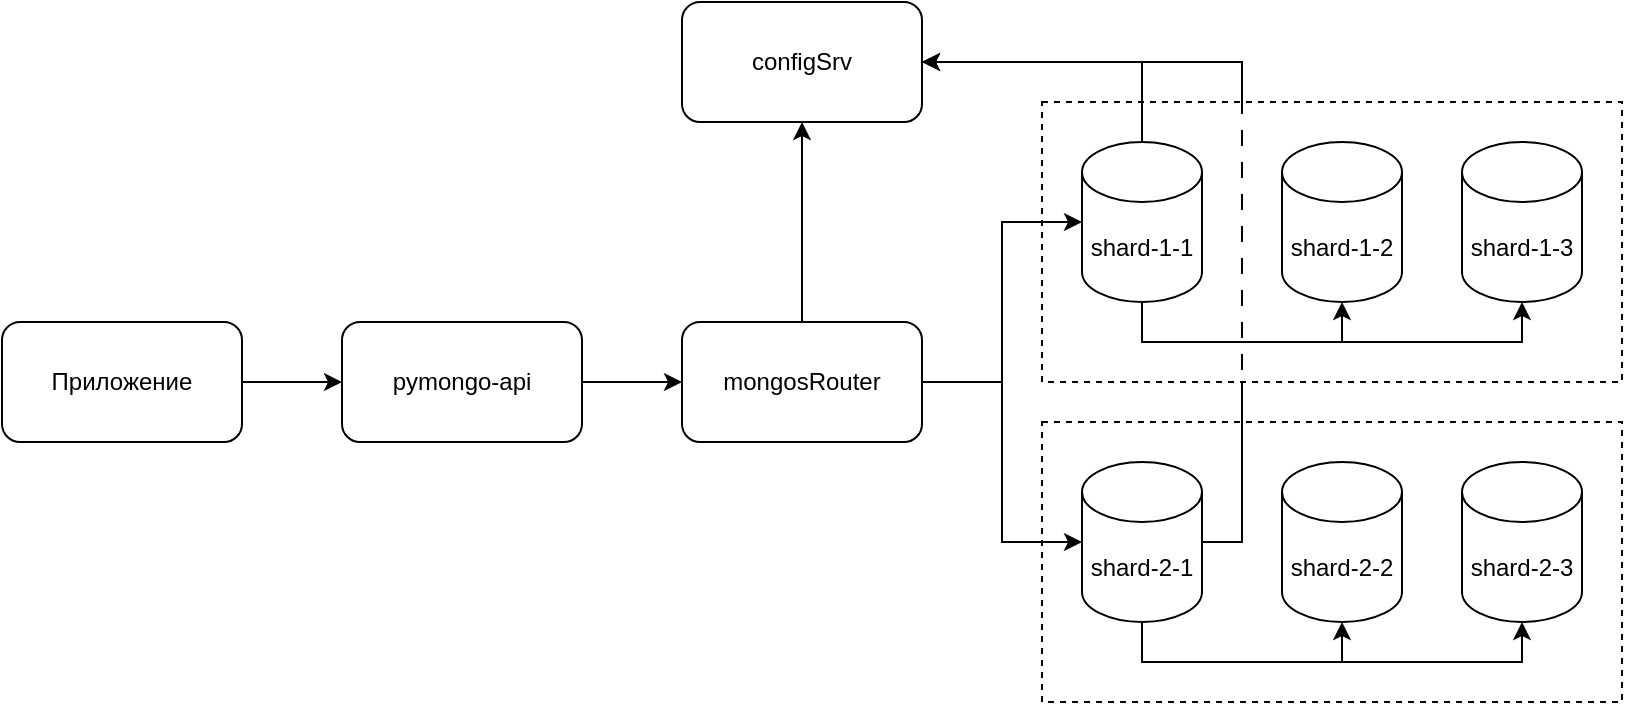
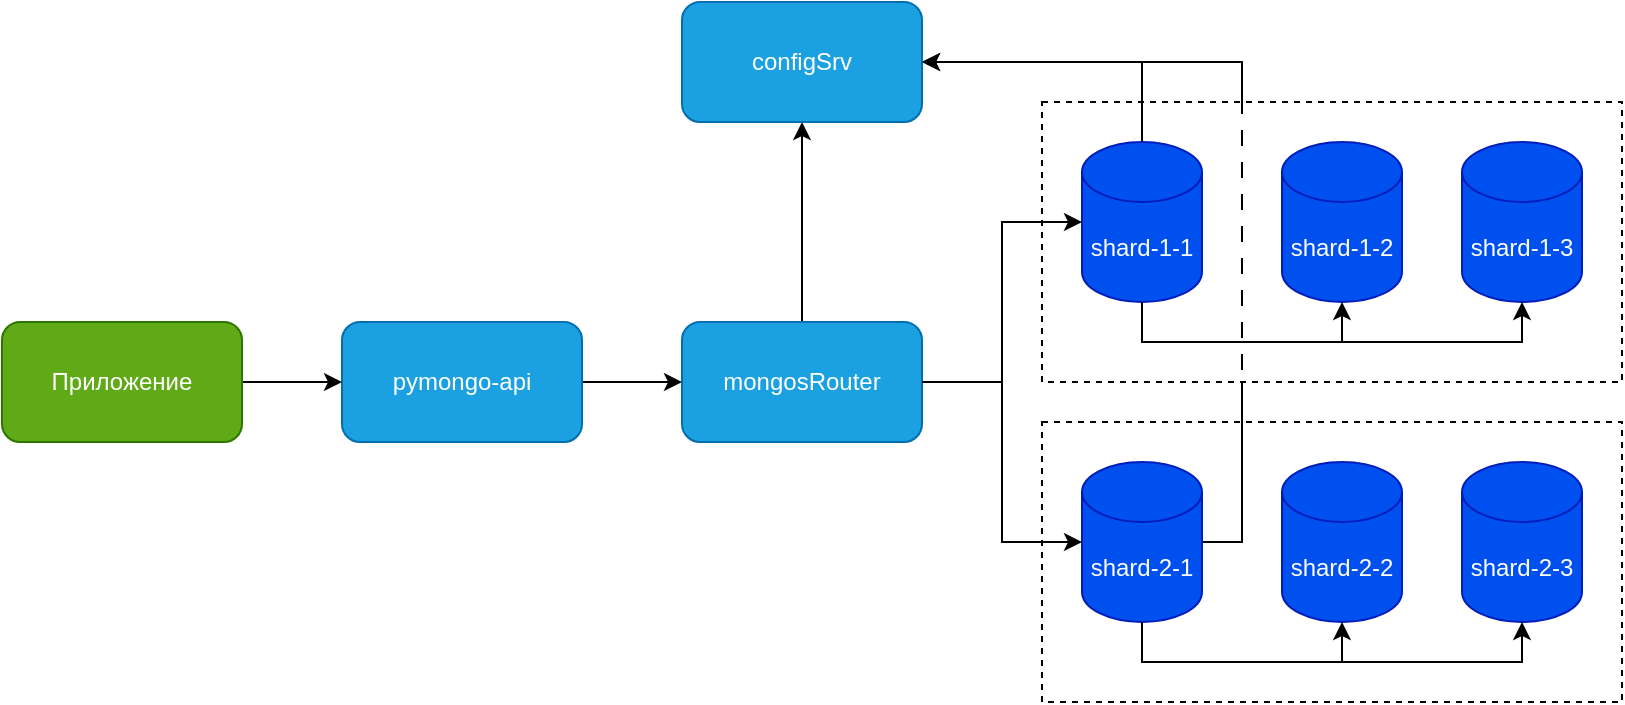
<mxfile host="Electron" agent="Mozilla/5.0 (Macintosh; Intel Mac OS X 10_15_7) AppleWebKit/537.36 (KHTML, like Gecko) draw.io/24.6.4 Chrome/124.0.6367.207 Electron/30.0.6 Safari/537.36">
  <diagram name="Page-1" id="-H_mtQnk-PTXWXPvYvuk">
    <mxGraphModel dx="1414" dy="841" grid="1" gridSize="10" guides="1" tooltips="1" connect="1" arrows="1" fold="1" page="1" pageScale="1" pageWidth="1169" pageHeight="827" math="0" shadow="0">
      <root>
        <mxCell id="0" />
        <mxCell id="1" parent="0" />
        <mxCell id="0dIL38MaGTlpYln_JYA_-15" parent="1" style="rounded=0;whiteSpace=wrap;html=1;dashed=1;" value="" vertex="1">
          <mxGeometry height="140" width="290" x="680" y="260" as="geometry" />
        </mxCell>
        <mxCell id="0dIL38MaGTlpYln_JYA_-12" edge="1" parent="1" source="0dIL38MaGTlpYln_JYA_-3" style="edgeStyle=orthogonalEdgeStyle;rounded=0;orthogonalLoop=1;jettySize=auto;html=1;exitX=1;exitY=0.5;exitDx=0;exitDy=0;exitPerimeter=0;entryX=1;entryY=0.5;entryDx=0;entryDy=0;" target="0dIL38MaGTlpYln_JYA_-2">
          <mxGeometry relative="1" as="geometry" />
        </mxCell>
        <mxCell id="0dIL38MaGTlpYln_JYA_-14" parent="1" style="rounded=0;whiteSpace=wrap;html=1;dashed=1;" value="" vertex="1">
          <mxGeometry height="140" width="290" x="680" y="100" as="geometry" />
        </mxCell>
        <mxCell id="0dIL38MaGTlpYln_JYA_-11" edge="1" parent="1" source="zA23MoTUsTF4_91t8viU-2" style="edgeStyle=orthogonalEdgeStyle;rounded=0;orthogonalLoop=1;jettySize=auto;html=1;exitX=0.5;exitY=0;exitDx=0;exitDy=0;exitPerimeter=0;entryX=1;entryY=0.5;entryDx=0;entryDy=0;" target="0dIL38MaGTlpYln_JYA_-2">
          <mxGeometry relative="1" as="geometry" />
        </mxCell>
-         <mxCell id="zA23MoTUsTF4_91t8viU-2" parent="1" style="shape=cylinder3;whiteSpace=wrap;html=1;boundedLbl=1;backgroundOutline=1;size=15;" value="shard-1-1" vertex="1">
+         <mxCell id="zA23MoTUsTF4_91t8viU-2" parent="1" style="shape=cylinder3;whiteSpace=wrap;html=1;boundedLbl=1;backgroundOutline=1;size=15;fillColor=#0050ef;fontColor=#ffffff;strokeColor=#001DBC;" value="shard-1-1" vertex="1">
          <mxGeometry height="80" width="60" x="700" y="120" as="geometry" />
        </mxCell>
        <mxCell id="0dIL38MaGTlpYln_JYA_-5" edge="1" parent="1" source="zA23MoTUsTF4_91t8viU-3" style="edgeStyle=orthogonalEdgeStyle;rounded=0;orthogonalLoop=1;jettySize=auto;html=1;exitX=1;exitY=0.5;exitDx=0;exitDy=0;entryX=0;entryY=0.5;entryDx=0;entryDy=0;" target="0dIL38MaGTlpYln_JYA_-1">
          <mxGeometry relative="1" as="geometry" />
        </mxCell>
-         <mxCell id="zA23MoTUsTF4_91t8viU-3" parent="1" style="rounded=1;whiteSpace=wrap;html=1;" value="pymongo-api" vertex="1">
+         <mxCell id="zA23MoTUsTF4_91t8viU-3" parent="1" style="rounded=1;whiteSpace=wrap;html=1;fillColor=#1ba1e2;fontColor=#ffffff;strokeColor=#006EAF;" value="pymongo-api" vertex="1">
          <mxGeometry height="60" width="120" x="330" y="210" as="geometry" />
        </mxCell>
        <mxCell id="0dIL38MaGTlpYln_JYA_-6" edge="1" parent="1" source="0dIL38MaGTlpYln_JYA_-1" style="edgeStyle=orthogonalEdgeStyle;rounded=0;orthogonalLoop=1;jettySize=auto;html=1;exitX=0.5;exitY=0;exitDx=0;exitDy=0;entryX=0.5;entryY=1;entryDx=0;entryDy=0;" target="0dIL38MaGTlpYln_JYA_-2">
          <mxGeometry relative="1" as="geometry" />
        </mxCell>
-         <mxCell id="0dIL38MaGTlpYln_JYA_-1" parent="1" style="rounded=1;whiteSpace=wrap;html=1;" value="mongosRouter" vertex="1">
+         <mxCell id="0dIL38MaGTlpYln_JYA_-1" parent="1" style="rounded=1;whiteSpace=wrap;html=1;fillColor=#1ba1e2;fontColor=#ffffff;strokeColor=#006EAF;" value="mongosRouter" vertex="1">
          <mxGeometry height="60" width="120" x="500" y="210" as="geometry" />
        </mxCell>
-         <mxCell id="0dIL38MaGTlpYln_JYA_-2" parent="1" style="rounded=1;whiteSpace=wrap;html=1;" value="configSrv" vertex="1">
+         <mxCell id="0dIL38MaGTlpYln_JYA_-2" parent="1" style="rounded=1;whiteSpace=wrap;html=1;fillColor=#1ba1e2;fontColor=#ffffff;strokeColor=#006EAF;" value="configSrv" vertex="1">
          <mxGeometry height="60" width="120" x="500" y="50" as="geometry" />
        </mxCell>
-         <mxCell id="0dIL38MaGTlpYln_JYA_-3" parent="1" style="shape=cylinder3;whiteSpace=wrap;html=1;boundedLbl=1;backgroundOutline=1;size=15;" value="shard-2-1" vertex="1">
+         <mxCell id="0dIL38MaGTlpYln_JYA_-3" parent="1" style="shape=cylinder3;whiteSpace=wrap;html=1;boundedLbl=1;backgroundOutline=1;size=15;fillColor=#0050ef;fontColor=#ffffff;strokeColor=#001DBC;" value="shard-2-1" vertex="1">
          <mxGeometry height="80" width="60" x="700" y="280" as="geometry" />
        </mxCell>
        <mxCell id="0dIL38MaGTlpYln_JYA_-8" edge="1" parent="1" source="0dIL38MaGTlpYln_JYA_-1" style="edgeStyle=orthogonalEdgeStyle;rounded=0;orthogonalLoop=1;jettySize=auto;html=1;exitX=1;exitY=0.5;exitDx=0;exitDy=0;entryX=0;entryY=0.5;entryDx=0;entryDy=0;entryPerimeter=0;" target="zA23MoTUsTF4_91t8viU-2">
          <mxGeometry relative="1" as="geometry" />
        </mxCell>
        <mxCell id="0dIL38MaGTlpYln_JYA_-9" edge="1" parent="1" source="0dIL38MaGTlpYln_JYA_-1" style="edgeStyle=orthogonalEdgeStyle;rounded=0;orthogonalLoop=1;jettySize=auto;html=1;exitX=1;exitY=0.5;exitDx=0;exitDy=0;entryX=0;entryY=0.5;entryDx=0;entryDy=0;entryPerimeter=0;" target="0dIL38MaGTlpYln_JYA_-3">
          <mxGeometry relative="1" as="geometry" />
        </mxCell>
-         <mxCell id="0dIL38MaGTlpYln_JYA_-16" parent="1" style="shape=cylinder3;whiteSpace=wrap;html=1;boundedLbl=1;backgroundOutline=1;size=15;" value="shard-1-2" vertex="1">
+         <mxCell id="0dIL38MaGTlpYln_JYA_-16" parent="1" style="shape=cylinder3;whiteSpace=wrap;html=1;boundedLbl=1;backgroundOutline=1;size=15;fillColor=#0050ef;fontColor=#ffffff;strokeColor=#001DBC;" value="shard-1-2" vertex="1">
          <mxGeometry height="80" width="60" x="800" y="120" as="geometry" />
        </mxCell>
-         <mxCell id="0dIL38MaGTlpYln_JYA_-17" parent="1" style="shape=cylinder3;whiteSpace=wrap;html=1;boundedLbl=1;backgroundOutline=1;size=15;" value="shard-1-3" vertex="1">
+         <mxCell id="0dIL38MaGTlpYln_JYA_-17" parent="1" style="shape=cylinder3;whiteSpace=wrap;html=1;boundedLbl=1;backgroundOutline=1;size=15;fillColor=#0050ef;fontColor=#ffffff;strokeColor=#001DBC;" value="shard-1-3" vertex="1">
          <mxGeometry height="80" width="60" x="890" y="120" as="geometry" />
        </mxCell>
-         <mxCell id="0dIL38MaGTlpYln_JYA_-19" parent="1" style="shape=cylinder3;whiteSpace=wrap;html=1;boundedLbl=1;backgroundOutline=1;size=15;" value="shard-2-2" vertex="1">
+         <mxCell id="0dIL38MaGTlpYln_JYA_-19" parent="1" style="shape=cylinder3;whiteSpace=wrap;html=1;boundedLbl=1;backgroundOutline=1;size=15;fillColor=#0050ef;fontColor=#ffffff;strokeColor=#001DBC;" value="shard-2-2" vertex="1">
          <mxGeometry height="80" width="60" x="800" y="280" as="geometry" />
        </mxCell>
-         <mxCell id="0dIL38MaGTlpYln_JYA_-20" parent="1" style="shape=cylinder3;whiteSpace=wrap;html=1;boundedLbl=1;backgroundOutline=1;size=15;" value="shard-2-3" vertex="1">
+         <mxCell id="0dIL38MaGTlpYln_JYA_-20" parent="1" style="shape=cylinder3;whiteSpace=wrap;html=1;boundedLbl=1;backgroundOutline=1;size=15;fillColor=#0050ef;fontColor=#ffffff;strokeColor=#001DBC;" value="shard-2-3" vertex="1">
          <mxGeometry height="80" width="60" x="890" y="280" as="geometry" />
        </mxCell>
        <mxCell id="0dIL38MaGTlpYln_JYA_-22" edge="1" parent="1" source="zA23MoTUsTF4_91t8viU-2" style="edgeStyle=orthogonalEdgeStyle;rounded=0;orthogonalLoop=1;jettySize=auto;html=1;exitX=0.5;exitY=1;exitDx=0;exitDy=0;exitPerimeter=0;entryX=0.5;entryY=1;entryDx=0;entryDy=0;entryPerimeter=0;" target="0dIL38MaGTlpYln_JYA_-16">
          <mxGeometry relative="1" as="geometry" />
        </mxCell>
        <mxCell id="0dIL38MaGTlpYln_JYA_-23" edge="1" parent="1" source="zA23MoTUsTF4_91t8viU-2" style="edgeStyle=orthogonalEdgeStyle;rounded=0;orthogonalLoop=1;jettySize=auto;html=1;exitX=0.5;exitY=1;exitDx=0;exitDy=0;exitPerimeter=0;entryX=0.5;entryY=1;entryDx=0;entryDy=0;entryPerimeter=0;" target="0dIL38MaGTlpYln_JYA_-17">
          <mxGeometry relative="1" as="geometry" />
        </mxCell>
        <mxCell id="0dIL38MaGTlpYln_JYA_-25" edge="1" parent="1" source="0dIL38MaGTlpYln_JYA_-3" style="edgeStyle=orthogonalEdgeStyle;rounded=0;orthogonalLoop=1;jettySize=auto;html=1;exitX=0.5;exitY=1;exitDx=0;exitDy=0;exitPerimeter=0;entryX=0.5;entryY=1;entryDx=0;entryDy=0;entryPerimeter=0;" target="0dIL38MaGTlpYln_JYA_-19">
          <mxGeometry relative="1" as="geometry" />
        </mxCell>
        <mxCell id="0dIL38MaGTlpYln_JYA_-26" edge="1" parent="1" source="0dIL38MaGTlpYln_JYA_-3" style="edgeStyle=orthogonalEdgeStyle;rounded=0;orthogonalLoop=1;jettySize=auto;html=1;exitX=0.5;exitY=1;exitDx=0;exitDy=0;exitPerimeter=0;entryX=0.5;entryY=1;entryDx=0;entryDy=0;entryPerimeter=0;" target="0dIL38MaGTlpYln_JYA_-20">
          <mxGeometry relative="1" as="geometry" />
        </mxCell>
        <mxCell id="0dIL38MaGTlpYln_JYA_-28" edge="1" parent="1" style="endArrow=none;dashed=1;html=1;rounded=0;dashPattern=8 8;" value="">
          <mxGeometry height="50" relative="1" width="50" as="geometry">
            <mxPoint x="780" y="250" as="sourcePoint" />
            <mxPoint x="780" y="80" as="targetPoint" />
          </mxGeometry>
        </mxCell>
        <mxCell id="Htr24RyEJ1_JGD6iSTxx-2" edge="1" parent="1" source="Htr24RyEJ1_JGD6iSTxx-1" style="edgeStyle=orthogonalEdgeStyle;rounded=0;orthogonalLoop=1;jettySize=auto;html=1;exitX=1;exitY=0.5;exitDx=0;exitDy=0;entryX=0;entryY=0.5;entryDx=0;entryDy=0;" target="zA23MoTUsTF4_91t8viU-3">
          <mxGeometry relative="1" as="geometry" />
        </mxCell>
-         <mxCell id="Htr24RyEJ1_JGD6iSTxx-1" parent="1" style="rounded=1;whiteSpace=wrap;html=1;" value="Приложение" vertex="1">
+         <mxCell id="Htr24RyEJ1_JGD6iSTxx-1" parent="1" style="rounded=1;whiteSpace=wrap;html=1;fillColor=#60a917;fontColor=#ffffff;strokeColor=#2D7600;" value="Приложение" vertex="1">
          <mxGeometry height="60" width="120" x="160" y="210" as="geometry" />
        </mxCell>
      </root>
    </mxGraphModel>
  </diagram>
</mxfile>
